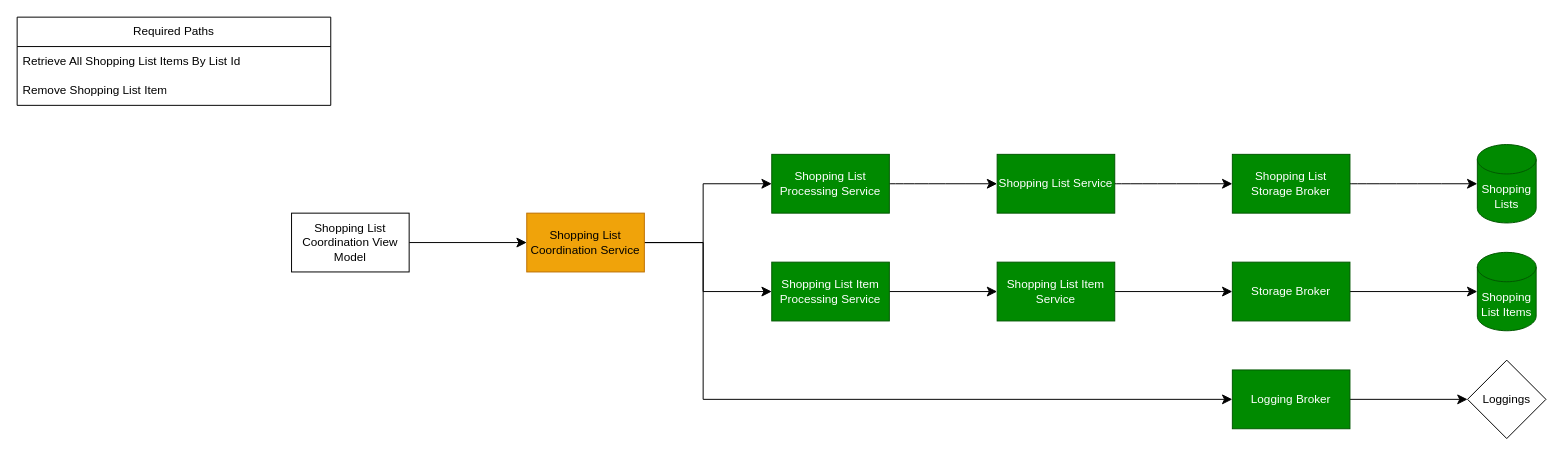
Earlier version of the draw.io diagram page "Services" (2 of 3) of docs/designs/SLO.MobileApp.Features.ShoppingList.drawio (mohielamin/SLO.MobileApp). Source tidied: cells renumbered, new cells numbered last; positions are measured from the earlier drawing's top-left corner, leaving out a move shared by most shapes. Both pictures are drawn from the tidied source at 98%, with x=0, y=0 at pixel (17, 17).
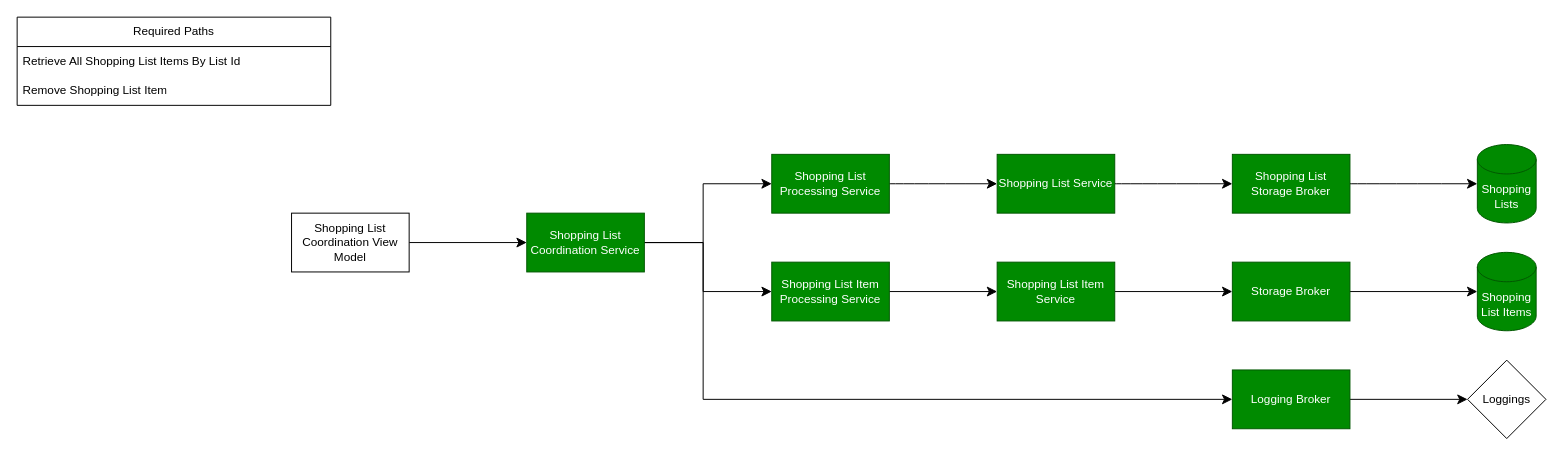
Above is the later version.

Diff of the diagram source:
```diff
@@
-    <mxCell id="22" value="Shopping List Coordination Service" style="whiteSpace=wrap;html=1;fontFamily=Helvetica;fontSize=12;labelBackgroundColor=none;fillColor=#f0a30a;fontColor=#000000;strokeColor=#BD7000;" parent="1" vertex="1">
+    <mxCell id="22" value="Shopping List Coordination Service" style="whiteSpace=wrap;html=1;fontFamily=Helvetica;fontSize=12;labelBackgroundColor=none;fillColor=#008a00;fontColor=#ffffff;strokeColor=#005700;" parent="1" vertex="1">
       <mxGeometry x="520" y="200" width="120" height="60" as="geometry" />
     </mxCell>
```
